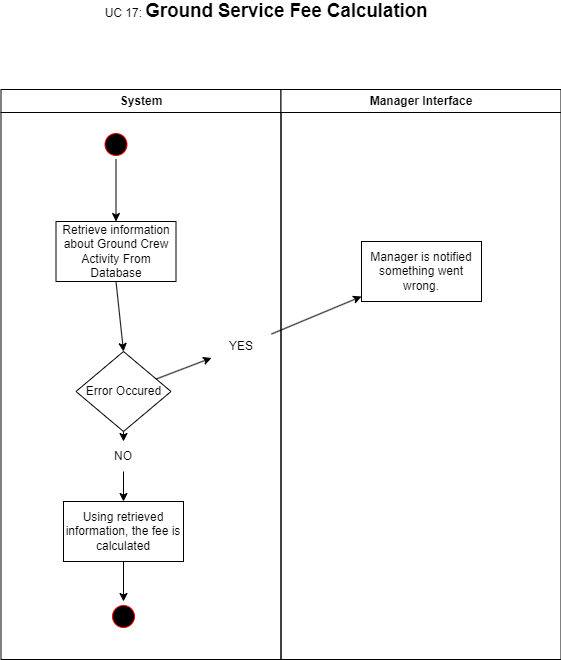
Smr002/Group01_Airport_Management_System keeps this draw.io diagram as Diagramms/Activity Diagrams/UC_17.drawio.png. Above is the earlier version. Source tidied: cells renumbered, new cells last; positions are measured from the earlier drawing's top-left corner, leaving out a move shared by most shapes.
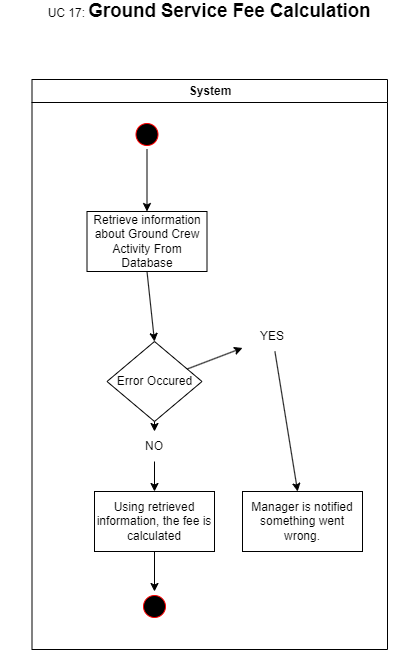
After the commit.

What changed in the source:
```diff
@@ -3,7 +3,7 @@
     <mxCell id="0" />
     <mxCell id="1" parent="0" />
     <mxCell id="2" value="System" style="swimlane;whiteSpace=wrap;" parent="1" vertex="1">
-      <mxGeometry x="0.5" y="88" width="280" height="570" as="geometry" />
+      <mxGeometry x="0.5" y="88" width="355.5" height="570" as="geometry" />
     </mxCell>
     <mxCell id="3" style="ellipse;shape=startState;fillColor=#000000;strokeColor=#ff0000;" parent="2" vertex="1">
       <mxGeometry x="100" y="40" width="30" height="30" as="geometry" />
@@ -38,14 +38,11 @@
     <mxCell id="13" style="endArrow=classic;html=1;rounded=0;" parent="2" edge="1" source="3" target="4">
       <mxGeometry relative="1" as="geometry" />
     </mxCell>
-    <mxCell id="14" value="Manager Interface" style="swimlane;whiteSpace=wrap;" parent="1" vertex="1">
-      <mxGeometry x="280.5" y="88" width="280" height="570" as="geometry" />
-    </mxCell>
-    <mxCell id="15" value="Manager is notified something went wrong." style="rounded=0;whiteSpace=wrap;html=1;" parent="14" vertex="1">
-      <mxGeometry x="80.5" y="152" width="120" height="60" as="geometry" />
+    <mxCell id="15" value="Manager is notified something went wrong." style="rounded=0;whiteSpace=wrap;html=1;" parent="2" vertex="1">
+      <mxGeometry x="210.5" y="412" width="120" height="60" as="geometry" />
     </mxCell>
     <mxCell id="16" value="UC 17:&amp;nbsp;&lt;b&gt;&lt;span style=&quot;font-size:14.0pt;line-height:&lt;br/&gt;115%;font-family:&amp;quot;Arial&amp;quot;,sans-serif;mso-fareast-font-family:Arial;mso-font-kerning:&lt;br/&gt;0pt;mso-ligatures:none;mso-ansi-language:EN;mso-fareast-language:#1000;&lt;br/&gt;mso-bidi-language:AR-SA&quot; lang=&quot;EN&quot;&gt;Ground Service Fee Calculation&lt;/span&gt;&lt;/b&gt;" style="text;html=1;align=center;verticalAlign=middle;whiteSpace=wrap;rounded=0;" parent="1" vertex="1">
-      <mxGeometry x="56" width="420" height="20" as="geometry" />
+      <mxGeometry x="-31.8" y="10" width="420" height="20" as="geometry" />
     </mxCell>
     <mxCell id="17" style="endArrow=classic;html=1;rounded=0;" parent="1" edge="1" source="19" target="15">
       <mxGeometry relative="1" as="geometry" />
```
